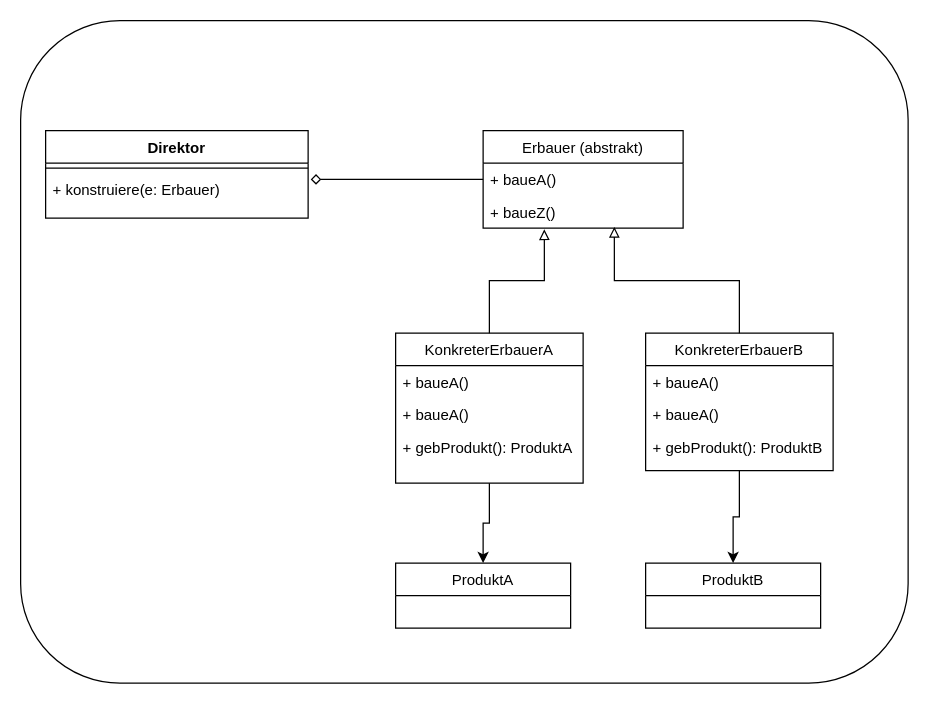
janmarkuslanger/software-architecture-guide keeps this draw.io diagram as diagrams/builder.drawio. Above is the earlier version. Source tidied: cells renumbered, new cells numbered last; positions are measured from the earlier drawing's top-left corner, leaving out a move shared by most shapes. Both pictures are drawn from the tidied source at 125%, with x=0, y=0 at pixel (20, 20).
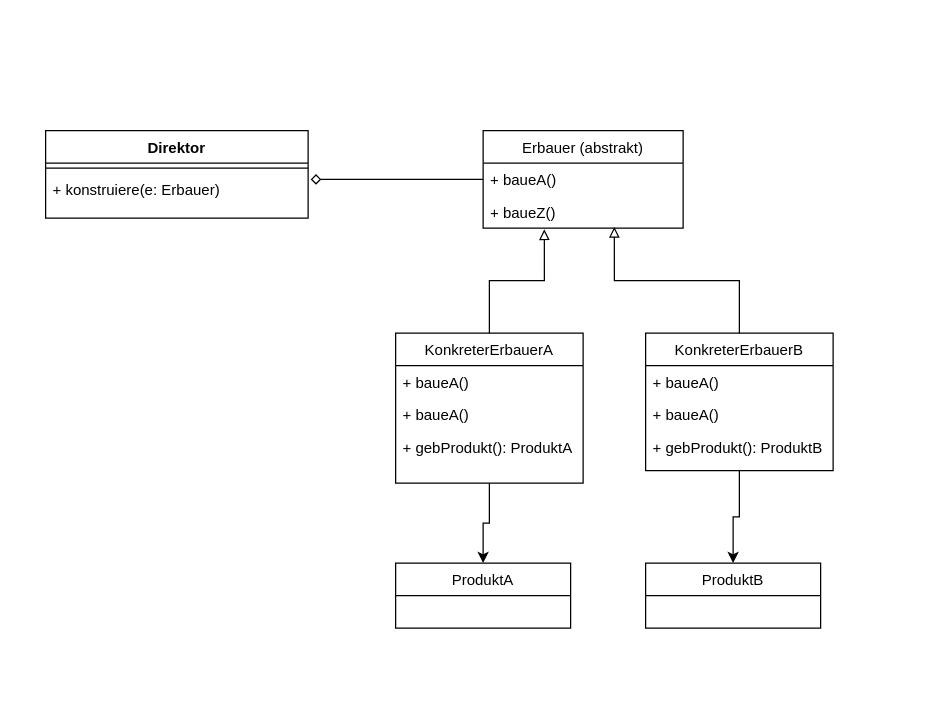
The same diagram, later.

What changed in the source:
```diff
@@
-    <mxCell id="2" style="rounded=1;whiteSpace=wrap;html=1;" parent="1" vertex="1">
+    <mxCell id="2" style="rounded=0;whiteSpace=wrap;html=1;strokeColor=#FFFFFF;" parent="1" vertex="1">
       <mxGeometry width="710" height="530" as="geometry" />
     </mxCell>
```
